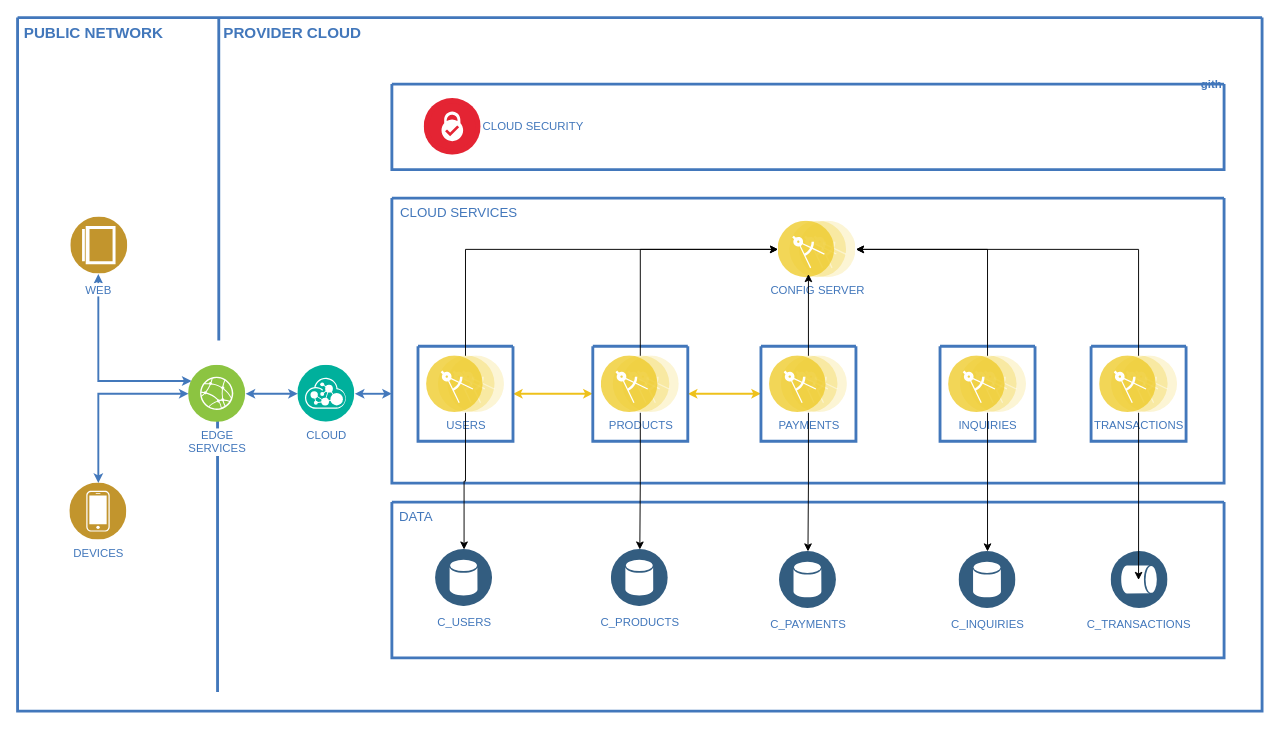
This is Diagrama proyecto 1.drawio from martinaguerob/bootcamp-diagrams, a draw.io file, before an edit. Source tidied: cells renumbered, new cells numbered last; positions are measured from the earlier drawing's top-left corner, leaving out a move shared by most shapes. Both pictures are drawn from the tidied source at 95%, with x=0, y=0 at pixel (17, 17).
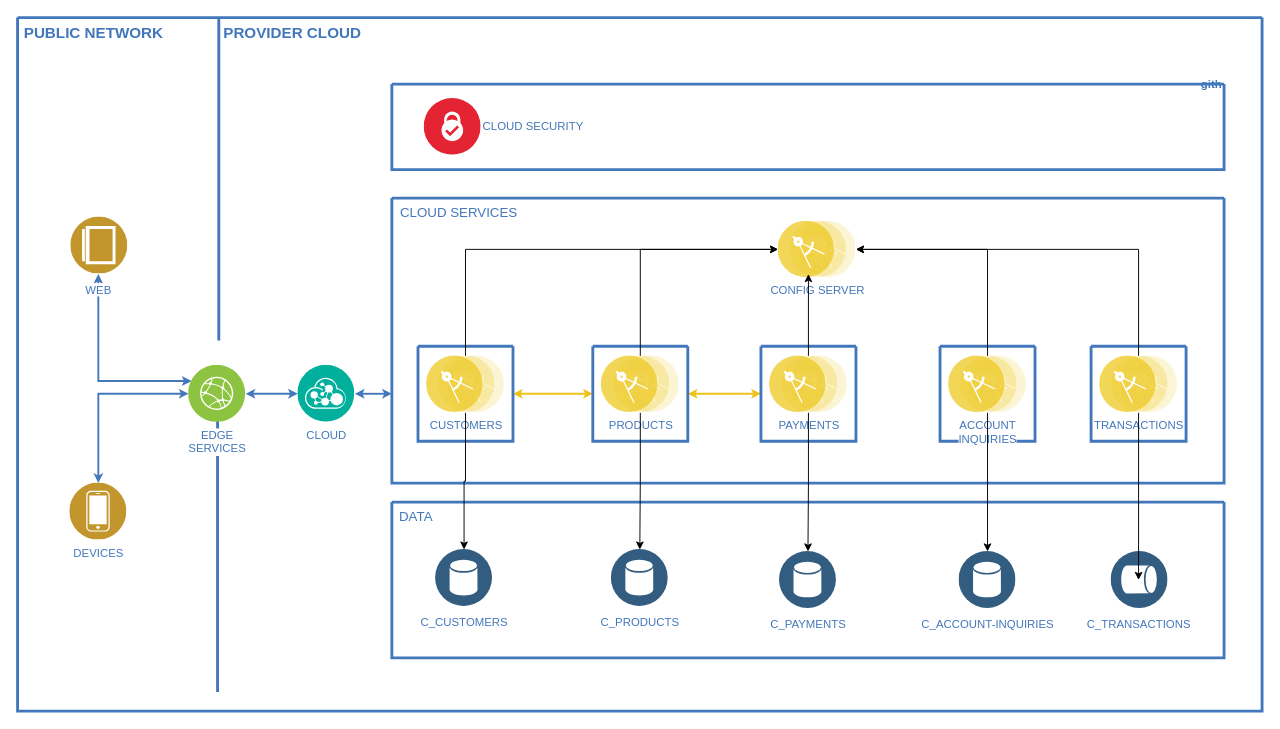
Above is the later version.

Unchanged cells that the change refers to:
```xml
<mxCell id="19" style="swimlane;shadow=0;strokeColor=#4277BB;fillColor=#ffffff;fontColor=#4277BB;align=right;startSize=0;strokeWidth=3;" parent="16" vertex="1">
  <mxGeometry x="27.5" y="156" width="100" height="100" as="geometry" />
</mxCell>
<mxCell id="29" style="swimlane;shadow=0;strokeColor=#4277BB;fillColor=#ffffff;fontColor=#4277BB;align=right;startSize=0;strokeWidth=3;" parent="16" vertex="1">
  <mxGeometry x="577" y="156" width="100" height="100" as="geometry" />
</mxCell>
<mxCell id="36" style="swimlane;shadow=0;strokeColor=#4277BB;fillColor=#ffffff;fontColor=#4277BB;align=right;startSize=0;strokeWidth=3;" parent="2" vertex="1">
  <mxGeometry x="394" y="510" width="876" height="164" as="geometry" />
</mxCell>
```

The edit, as a diff of the source:
```diff
@@
-    <mxCell id="20" value="USERS" style="perimeter=ellipsePerimeter;html=1;align=center;shadow=0;dashed=0;image;image=img/lib/ibm/applications/microservice.svg;labelBackgroundColor=#ffffff;strokeColor=#666666;strokeWidth=3;fillColor=#C2952D;gradientColor=none;fontSize=12;fontColor=#4277BB;" parent="19" vertex="1">
+    <mxCell id="20" value="CUSTOMERS" style="perimeter=ellipsePerimeter;html=1;align=center;shadow=0;dashed=0;image;image=img/lib/ibm/applications/microservice.svg;labelBackgroundColor=#ffffff;strokeColor=#666666;strokeWidth=3;fillColor=#C2952D;gradientColor=none;fontSize=12;fontColor=#4277BB;" parent="19" vertex="1">
       <mxGeometry x="9" y="10" width="82" height="60" as="geometry" />
     </mxCell>
@@
-    <mxCell id="30" value="INQUIRIES" style="perimeter=ellipsePerimeter;html=1;align=center;shadow=0;dashed=0;image;image=img/lib/ibm/applications/microservice.svg;labelBackgroundColor=#ffffff;strokeColor=#666666;strokeWidth=3;fillColor=#C2952D;gradientColor=none;fontSize=12;fontColor=#4277BB;" parent="29" vertex="1">
+    <mxCell id="30" value="ACCOUNT &lt;br&gt;INQUIRIES" style="perimeter=ellipsePerimeter;html=1;align=center;shadow=0;dashed=0;image;image=img/lib/ibm/applications/microservice.svg;labelBackgroundColor=#ffffff;strokeColor=#666666;strokeWidth=3;fillColor=#C2952D;gradientColor=none;fontSize=12;fontColor=#4277BB;" parent="29" vertex="1">
       <mxGeometry x="9" y="10" width="82" height="60" as="geometry" />
     </mxCell>
@@
-    <mxCell id="38" value="C_USERS" style="perimeter=ellipsePerimeter;html=1;align=center;shadow=0;dashed=0;fontColor=#4277BB;labelBackgroundColor=#ffffff;fontSize=12;spacingTop=3;image;image=img/lib/ibm/data/data_services.svg;" parent="36" vertex="1">
+    <mxCell id="38" value="C_CUSTOMERS" style="perimeter=ellipsePerimeter;html=1;align=center;shadow=0;dashed=0;fontColor=#4277BB;labelBackgroundColor=#ffffff;fontSize=12;spacingTop=3;image;image=img/lib/ibm/data/data_services.svg;" parent="36" vertex="1">
       <mxGeometry x="46" y="50" width="60" height="60" as="geometry" />
     </mxCell>
@@
-    <mxCell id="41" value="C_INQUIRIES" style="perimeter=ellipsePerimeter;html=1;align=center;shadow=0;dashed=0;fontColor=#4277BB;labelBackgroundColor=#ffffff;fontSize=12;spacingTop=3;image;image=img/lib/ibm/data/data_services.svg;" parent="36" vertex="1">
+    <mxCell id="41" value="C_ACCOUNT-INQUIRIES" style="perimeter=ellipsePerimeter;html=1;align=center;shadow=0;dashed=0;fontColor=#4277BB;labelBackgroundColor=#ffffff;fontSize=12;spacingTop=3;image;image=img/lib/ibm/data/data_services.svg;" parent="36" vertex="1">
       <mxGeometry x="597" y="52" width="60" height="60" as="geometry" />
     </mxCell>
```
